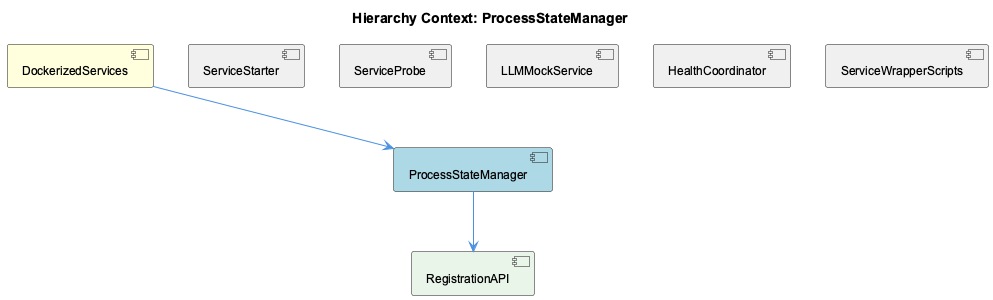
Above: knowledge-management/insights/images/process-state-manager-relationship.png in fwornle/coding (PlantUML), before the change. Source of this version:
```plantuml
@startuml
!include _standard-style.puml

title Hierarchy Context: ProcessStateManager

[DockerizedServices] as dockerized_services #FFFFDD
[ProcessStateManager] as process_state_manager #LightBlue
[ServiceStarter] as service_starter #F0F0F0
[ServiceProbe] as service_probe #F0F0F0
[LLMMockService] as llmmock_service #F0F0F0
[HealthCoordinator] as health_coordinator #F0F0F0
[ServiceWrapperScripts] as service_wrapper_scripts #F0F0F0
[RegistrationAPI] as registration_api #E8F5E8

dockerized_services --> process_state_manager
service_starter -[hidden]- process_state_manager
service_probe -[hidden]- process_state_manager
llmmock_service -[hidden]- process_state_manager
health_coordinator -[hidden]- process_state_manager
service_wrapper_scripts -[hidden]- process_state_manager
process_state_manager --> registration_api

@enduml
```
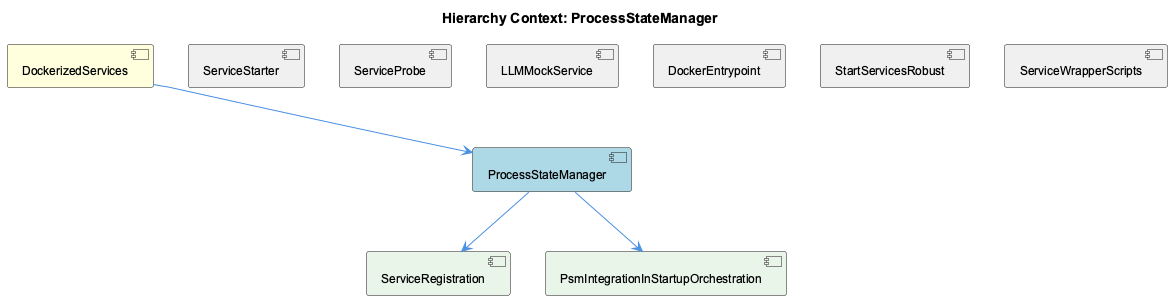
After the commit.

What changed in the source:
```diff
@@ -8,16 +8,20 @@
 [ServiceStarter] as service_starter #F0F0F0
 [ServiceProbe] as service_probe #F0F0F0
 [LLMMockService] as llmmock_service #F0F0F0
-[HealthCoordinator] as health_coordinator #F0F0F0
+[DockerEntrypoint] as docker_entrypoint #F0F0F0
+[StartServicesRobust] as start_services_robust #F0F0F0
 [ServiceWrapperScripts] as service_wrapper_scripts #F0F0F0
-[RegistrationAPI] as registration_api #E8F5E8
+[ServiceRegistration] as service_registration #E8F5E8
+[PsmIntegrationInStartupOrchestration] as psm_integration_in_startup_orchestration #E8F5E8
 
 dockerized_services --> process_state_manager
 service_starter -[hidden]- process_state_manager
 service_probe -[hidden]- process_state_manager
 llmmock_service -[hidden]- process_state_manager
-health_coordinator -[hidden]- process_state_manager
+docker_entrypoint -[hidden]- process_state_manager
+start_services_robust -[hidden]- process_state_manager
 service_wrapper_scripts -[hidden]- process_state_manager
-process_state_manager --> registration_api
+process_state_manager --> service_registration
+process_state_manager --> psm_integration_in_startup_orchestration
 
 @enduml
```
